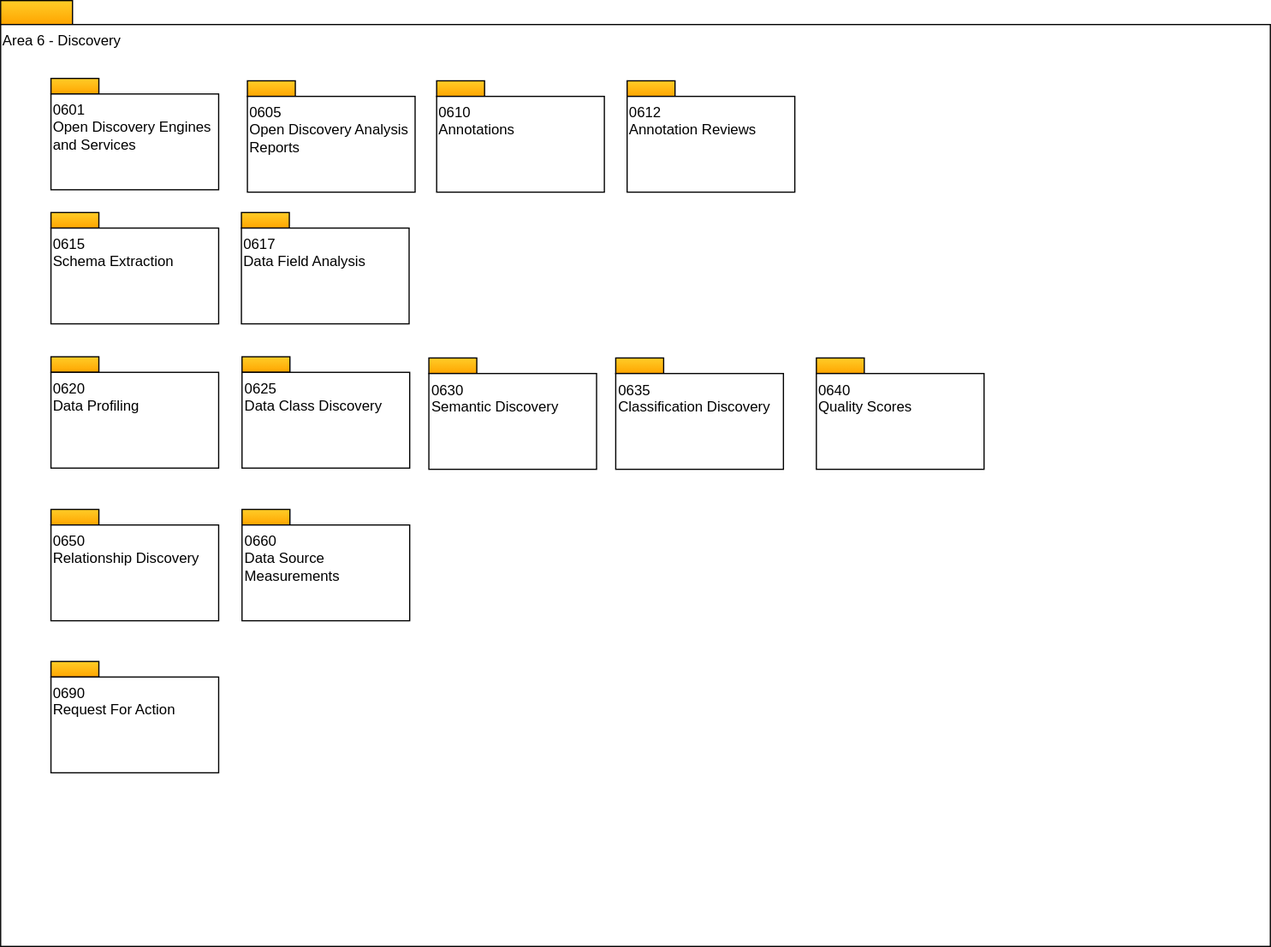
Above: site/docs/types/6/area-6-discovery-overview.svg in odpi/egeria-docs (draw.io), before the change. Source tidied: cells renumbered, new cells last; positions are measured from the earlier drawing's top-left corner, leaving out a move shared by most shapes.
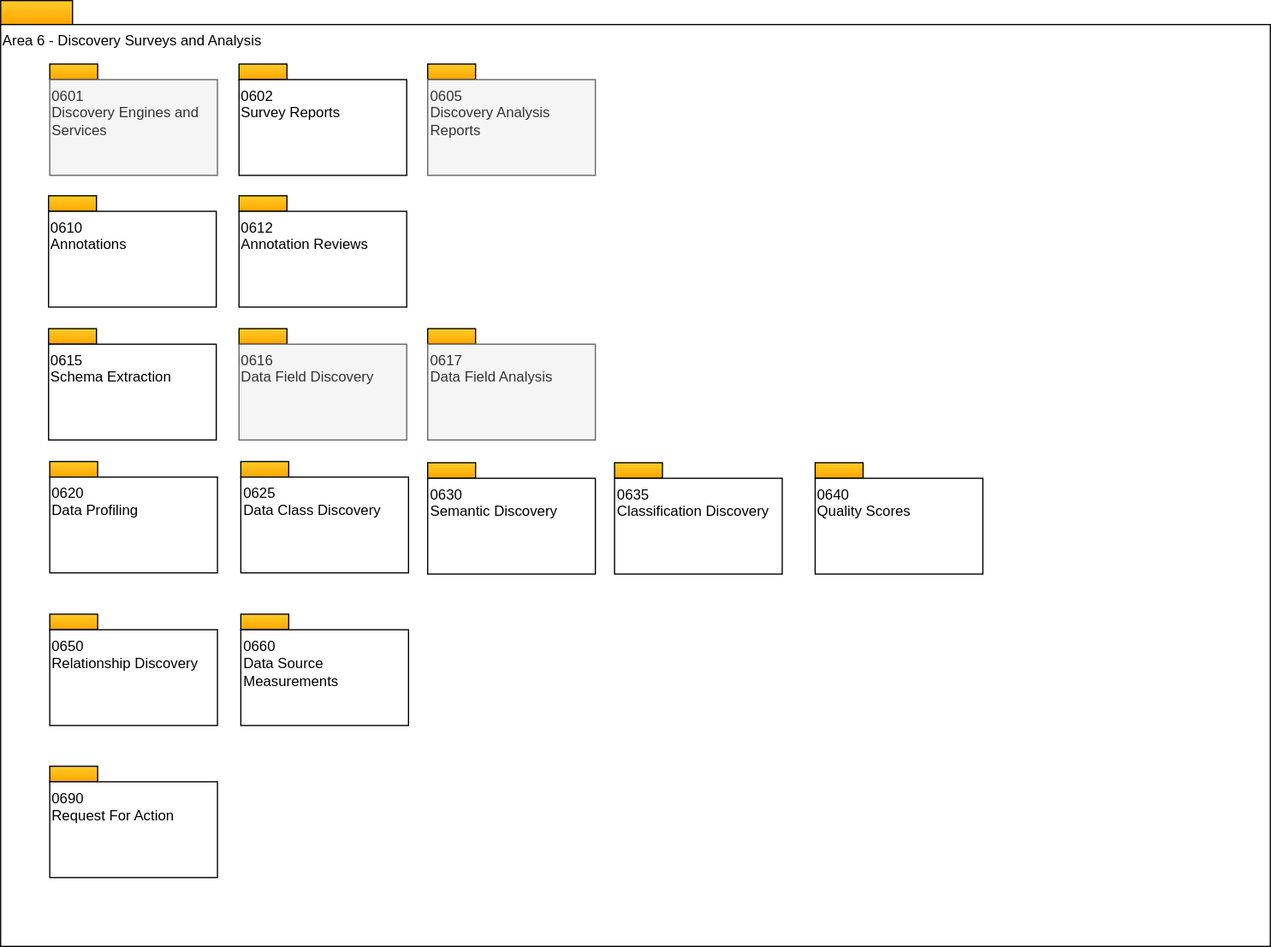
Above is the later version.

Diff of the diagram source:
```diff
@@ -5,92 +5,104 @@
     <mxCell id="2" style="rounded=0;whiteSpace=wrap;html=1;align=left;fillColor=#ffcd28;strokeColor=#000000;gradientColor=#ffa500;" parent="1" vertex="1">
       <mxGeometry width="60" height="20" as="geometry" />
     </mxCell>
-    <mxCell id="3" value="Area 6 - Discovery" style="rounded=0;whiteSpace=wrap;html=1;align=left;verticalAlign=top;" parent="1" vertex="1">
+    <mxCell id="3" value="Area 6 - Discovery Surveys and Analysis" style="rounded=0;whiteSpace=wrap;html=1;align=left;verticalAlign=top;" parent="1" vertex="1">
       <mxGeometry y="20" width="1060" height="770" as="geometry" />
     </mxCell>
     <mxCell id="4" style="rounded=0;whiteSpace=wrap;html=1;align=left;fillColor=#ffcd28;strokeColor=#000000;gradientColor=#ffa500;" parent="1" vertex="1">
-      <mxGeometry x="42" y="65" width="40" height="13" as="geometry" />
+      <mxGeometry x="40" y="163" width="40" height="13" as="geometry" />
     </mxCell>
-    <mxCell id="5" value="0601&lt;br&gt;Open Discovery Engines and Services" style="rounded=0;whiteSpace=wrap;html=1;align=left;verticalAlign=top;" parent="1" vertex="1">
-      <mxGeometry x="42" y="78" width="140" height="80" as="geometry" />
+    <mxCell id="5" value="0610&lt;br&gt;Annotations" style="rounded=0;whiteSpace=wrap;html=1;align=left;verticalAlign=top;" parent="1" vertex="1">
+      <mxGeometry x="40" y="176" width="140" height="80" as="geometry" />
     </mxCell>
     <mxCell id="6" style="rounded=0;whiteSpace=wrap;html=1;align=left;fillColor=#ffcd28;strokeColor=#000000;gradientColor=#ffa500;" parent="1" vertex="1">
-      <mxGeometry x="364" y="67" width="40" height="13" as="geometry" />
+      <mxGeometry x="199" y="163" width="40" height="13" as="geometry" />
     </mxCell>
-    <mxCell id="7" value="0610&lt;br&gt;Annotations" style="rounded=0;whiteSpace=wrap;html=1;align=left;verticalAlign=top;" parent="1" vertex="1">
-      <mxGeometry x="364" y="80" width="140" height="80" as="geometry" />
+    <mxCell id="7" value="0612&lt;br&gt;Annotation Reviews" style="rounded=0;whiteSpace=wrap;html=1;align=left;verticalAlign=top;" parent="1" vertex="1">
+      <mxGeometry x="199" y="176" width="140" height="80" as="geometry" />
     </mxCell>
     <mxCell id="8" style="rounded=0;whiteSpace=wrap;html=1;align=left;fillColor=#ffcd28;strokeColor=#000000;gradientColor=#ffa500;" parent="1" vertex="1">
-      <mxGeometry x="523" y="67" width="40" height="13" as="geometry" />
+      <mxGeometry x="199" y="53" width="40" height="13" as="geometry" />
     </mxCell>
-    <mxCell id="9" value="0612&lt;br&gt;Annotation Reviews" style="rounded=0;whiteSpace=wrap;html=1;align=left;verticalAlign=top;" parent="1" vertex="1">
-      <mxGeometry x="523" y="80" width="140" height="80" as="geometry" />
+    <mxCell id="9" value="0602&lt;br&gt;Survey Reports" style="rounded=0;whiteSpace=wrap;html=1;align=left;verticalAlign=top;" parent="1" vertex="1">
+      <mxGeometry x="199" y="66" width="140" height="80" as="geometry" />
     </mxCell>
     <mxCell id="10" style="rounded=0;whiteSpace=wrap;html=1;align=left;fillColor=#ffcd28;strokeColor=#000000;gradientColor=#ffa500;" parent="1" vertex="1">
-      <mxGeometry x="206" y="67" width="40" height="13" as="geometry" />
+      <mxGeometry x="41" y="385" width="40" height="13" as="geometry" />
     </mxCell>
-    <mxCell id="11" value="0605&lt;br&gt;Open Discovery Analysis Reports" style="rounded=0;whiteSpace=wrap;html=1;align=left;verticalAlign=top;" parent="1" vertex="1">
-      <mxGeometry x="206" y="80" width="140" height="80" as="geometry" />
+    <mxCell id="11" value="0620&lt;br&gt;Data Profiling&lt;br&gt;" style="rounded=0;whiteSpace=wrap;html=1;align=left;verticalAlign=top;" parent="1" vertex="1">
+      <mxGeometry x="41" y="398" width="140" height="80" as="geometry" />
     </mxCell>
     <mxCell id="12" style="rounded=0;whiteSpace=wrap;html=1;align=left;fillColor=#ffcd28;strokeColor=#000000;gradientColor=#ffa500;" parent="1" vertex="1">
-      <mxGeometry x="201" y="177" width="40" height="13" as="geometry" />
+      <mxGeometry x="200.5" y="385" width="40" height="13" as="geometry" />
     </mxCell>
-    <mxCell id="13" value="0617&lt;br&gt;Data Field Analysis" style="rounded=0;whiteSpace=wrap;html=1;align=left;verticalAlign=top;" parent="1" vertex="1">
-      <mxGeometry x="201" y="190" width="140" height="80" as="geometry" />
+    <mxCell id="13" value="0625&lt;br&gt;Data Class Discovery&lt;br&gt;" style="rounded=0;whiteSpace=wrap;html=1;align=left;verticalAlign=top;" parent="1" vertex="1">
+      <mxGeometry x="200.5" y="398" width="140" height="80" as="geometry" />
     </mxCell>
     <mxCell id="14" style="rounded=0;whiteSpace=wrap;html=1;align=left;fillColor=#ffcd28;strokeColor=#000000;gradientColor=#ffa500;" parent="1" vertex="1">
-      <mxGeometry x="42" y="297.5" width="40" height="13" as="geometry" />
+      <mxGeometry x="356.5" y="386" width="40" height="13" as="geometry" />
     </mxCell>
-    <mxCell id="15" value="0620&lt;br&gt;Data Profiling&lt;br&gt;" style="rounded=0;whiteSpace=wrap;html=1;align=left;verticalAlign=top;" parent="1" vertex="1">
-      <mxGeometry x="42" y="310.5" width="140" height="80" as="geometry" />
+    <mxCell id="15" value="0630&lt;br&gt;Semantic Discovery&lt;br&gt;" style="rounded=0;whiteSpace=wrap;html=1;align=left;verticalAlign=top;" parent="1" vertex="1">
+      <mxGeometry x="356.5" y="399" width="140" height="80" as="geometry" />
     </mxCell>
     <mxCell id="16" style="rounded=0;whiteSpace=wrap;html=1;align=left;fillColor=#ffcd28;strokeColor=#000000;gradientColor=#ffa500;" parent="1" vertex="1">
-      <mxGeometry x="201.5" y="297.5" width="40" height="13" as="geometry" />
+      <mxGeometry x="512.5" y="386" width="40" height="13" as="geometry" />
     </mxCell>
-    <mxCell id="17" value="0625&lt;br&gt;Data Class Discovery&lt;br&gt;" style="rounded=0;whiteSpace=wrap;html=1;align=left;verticalAlign=top;" parent="1" vertex="1">
-      <mxGeometry x="201.5" y="310.5" width="140" height="80" as="geometry" />
+    <mxCell id="17" value="0635&lt;br&gt;Classification Discovery&lt;br&gt;" style="rounded=0;whiteSpace=wrap;html=1;align=left;verticalAlign=top;" parent="1" vertex="1">
+      <mxGeometry x="512.5" y="399" width="140" height="80" as="geometry" />
     </mxCell>
     <mxCell id="18" style="rounded=0;whiteSpace=wrap;html=1;align=left;fillColor=#ffcd28;strokeColor=#000000;gradientColor=#ffa500;" parent="1" vertex="1">
-      <mxGeometry x="357.5" y="298.5" width="40" height="13" as="geometry" />
+      <mxGeometry x="41" y="512.5" width="40" height="13" as="geometry" />
     </mxCell>
-    <mxCell id="19" value="0630&lt;br&gt;Semantic Discovery&lt;br&gt;" style="rounded=0;whiteSpace=wrap;html=1;align=left;verticalAlign=top;" parent="1" vertex="1">
-      <mxGeometry x="357.5" y="311.5" width="140" height="80" as="geometry" />
+    <mxCell id="19" value="0650&lt;br&gt;Relationship Discovery" style="rounded=0;whiteSpace=wrap;html=1;align=left;verticalAlign=top;" parent="1" vertex="1">
+      <mxGeometry x="41" y="525.5" width="140" height="80" as="geometry" />
     </mxCell>
     <mxCell id="20" style="rounded=0;whiteSpace=wrap;html=1;align=left;fillColor=#ffcd28;strokeColor=#000000;gradientColor=#ffa500;" parent="1" vertex="1">
-      <mxGeometry x="513.5" y="298.5" width="40" height="13" as="geometry" />
+      <mxGeometry x="200.5" y="512.5" width="40" height="13" as="geometry" />
     </mxCell>
-    <mxCell id="21" value="0635&lt;br&gt;Classification Discovery&lt;br&gt;" style="rounded=0;whiteSpace=wrap;html=1;align=left;verticalAlign=top;" parent="1" vertex="1">
-      <mxGeometry x="513.5" y="311.5" width="140" height="80" as="geometry" />
+    <mxCell id="21" value="0660&lt;br&gt;Data Source Measurements&lt;br&gt;" style="rounded=0;whiteSpace=wrap;html=1;align=left;verticalAlign=top;" parent="1" vertex="1">
+      <mxGeometry x="200.5" y="525.5" width="140" height="80" as="geometry" />
     </mxCell>
     <mxCell id="22" style="rounded=0;whiteSpace=wrap;html=1;align=left;fillColor=#ffcd28;strokeColor=#000000;gradientColor=#ffa500;" parent="1" vertex="1">
-      <mxGeometry x="42" y="425" width="40" height="13" as="geometry" />
+      <mxGeometry x="41" y="639.5" width="40" height="13" as="geometry" />
     </mxCell>
-    <mxCell id="23" value="0650&lt;br&gt;Relationship Discovery&lt;br&gt;" style="rounded=0;whiteSpace=wrap;html=1;align=left;verticalAlign=top;" parent="1" vertex="1">
-      <mxGeometry x="42" y="438" width="140" height="80" as="geometry" />
+    <mxCell id="23" value="0690&lt;br&gt;Request For Action&lt;br&gt;" style="rounded=0;whiteSpace=wrap;html=1;align=left;verticalAlign=top;" parent="1" vertex="1">
+      <mxGeometry x="41" y="652.5" width="140" height="80" as="geometry" />
     </mxCell>
     <mxCell id="24" style="rounded=0;whiteSpace=wrap;html=1;align=left;fillColor=#ffcd28;strokeColor=#000000;gradientColor=#ffa500;" parent="1" vertex="1">
-      <mxGeometry x="201.5" y="425" width="40" height="13" as="geometry" />
+      <mxGeometry x="680" y="386" width="40" height="13" as="geometry" />
     </mxCell>
-    <mxCell id="25" value="0660&lt;br&gt;Data Source Measurements&lt;br&gt;" style="rounded=0;whiteSpace=wrap;html=1;align=left;verticalAlign=top;" parent="1" vertex="1">
-      <mxGeometry x="201.5" y="438" width="140" height="80" as="geometry" />
+    <mxCell id="25" value="0640&lt;br&gt;Quality Scores&lt;br&gt;" style="rounded=0;whiteSpace=wrap;html=1;align=left;verticalAlign=top;" parent="1" vertex="1">
+      <mxGeometry x="680" y="399" width="140" height="80" as="geometry" />
     </mxCell>
     <mxCell id="26" style="rounded=0;whiteSpace=wrap;html=1;align=left;fillColor=#ffcd28;strokeColor=#000000;gradientColor=#ffa500;" parent="1" vertex="1">
-      <mxGeometry x="42" y="552" width="40" height="13" as="geometry" />
+      <mxGeometry x="41" y="53" width="40" height="13" as="geometry" />
     </mxCell>
-    <mxCell id="27" value="0690&lt;br&gt;Request For Action&lt;br&gt;" style="rounded=0;whiteSpace=wrap;html=1;align=left;verticalAlign=top;" parent="1" vertex="1">
-      <mxGeometry x="42" y="565" width="140" height="80" as="geometry" />
+    <mxCell id="27" value="0601&lt;br&gt;Discovery Engines and Services" style="rounded=0;whiteSpace=wrap;html=1;align=left;verticalAlign=top;fillColor=#f5f5f5;fontColor=#333333;strokeColor=#666666;" parent="1" vertex="1">
+      <mxGeometry x="41" y="66" width="140" height="80" as="geometry" />
     </mxCell>
     <mxCell id="28" style="rounded=0;whiteSpace=wrap;html=1;align=left;fillColor=#ffcd28;strokeColor=#000000;gradientColor=#ffa500;" parent="1" vertex="1">
-      <mxGeometry x="681" y="298.5" width="40" height="13" as="geometry" />
+      <mxGeometry x="356.5" y="53" width="40" height="13" as="geometry" />
     </mxCell>
-    <mxCell id="29" value="0640&lt;br&gt;Quality Scores&lt;br&gt;" style="rounded=0;whiteSpace=wrap;html=1;align=left;verticalAlign=top;" parent="1" vertex="1">
-      <mxGeometry x="681" y="311.5" width="140" height="80" as="geometry" />
+    <mxCell id="29" value="0605&lt;br&gt;Discovery Analysis&lt;br&gt;Reports" style="rounded=0;whiteSpace=wrap;html=1;align=left;verticalAlign=top;fillColor=#f5f5f5;fontColor=#333333;strokeColor=#666666;" parent="1" vertex="1">
+      <mxGeometry x="356.5" y="66" width="140" height="80" as="geometry" />
     </mxCell>
     <mxCell id="30" style="rounded=0;whiteSpace=wrap;html=1;align=left;fillColor=#ffcd28;strokeColor=#000000;gradientColor=#ffa500;" parent="1" vertex="1">
-      <mxGeometry x="42" y="177" width="40" height="13" as="geometry" />
+      <mxGeometry x="40" y="274" width="40" height="13" as="geometry" />
     </mxCell>
     <mxCell id="31" value="0615&lt;br&gt;Schema Extraction" style="rounded=0;whiteSpace=wrap;html=1;align=left;verticalAlign=top;" parent="1" vertex="1">
-      <mxGeometry x="42" y="190" width="140" height="80" as="geometry" />
+      <mxGeometry x="40" y="287" width="140" height="80" as="geometry" />
     </mxCell>
+    <mxCell id="32" style="rounded=0;whiteSpace=wrap;html=1;align=left;fillColor=#ffcd28;strokeColor=#000000;gradientColor=#ffa500;" parent="1" vertex="1">
+      <mxGeometry x="199" y="274" width="40" height="13" as="geometry" />
+    </mxCell>
+    <mxCell id="33" value="0616&lt;br&gt;Data Field Discovery" style="rounded=0;whiteSpace=wrap;html=1;align=left;verticalAlign=top;fillColor=#f5f5f5;fontColor=#333333;strokeColor=#666666;" parent="1" vertex="1">
+      <mxGeometry x="199" y="287" width="140" height="80" as="geometry" />
+    </mxCell>
+    <mxCell id="34" style="rounded=0;whiteSpace=wrap;html=1;align=left;fillColor=#ffcd28;strokeColor=#000000;gradientColor=#ffa500;" parent="1" vertex="1">
+      <mxGeometry x="356.5" y="274" width="40" height="13" as="geometry" />
+    </mxCell>
+    <mxCell id="35" value="0617&lt;br&gt;Data Field Analysis" style="rounded=0;whiteSpace=wrap;html=1;align=left;verticalAlign=top;fillColor=#f5f5f5;fontColor=#333333;strokeColor=#666666;" parent="1" vertex="1">
+      <mxGeometry x="356.5" y="287" width="140" height="80" as="geometry" />
+    </mxCell>
   </root>
 </mxGraphModel>
```
